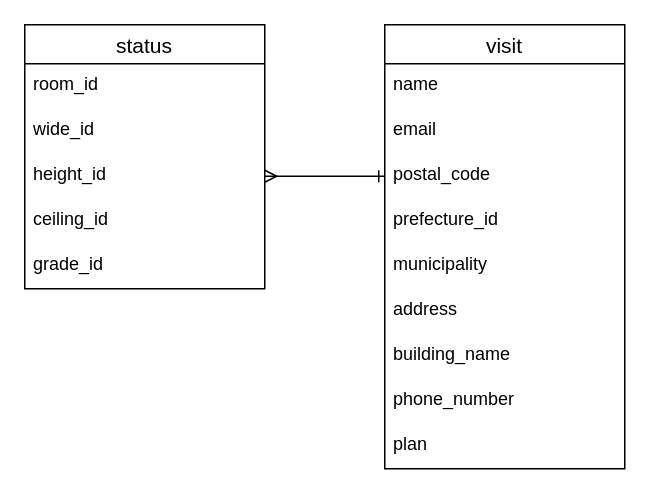
Earlier version of the draw.io diagram DB_ER.dio (hand6763/wallpaper-renovate-29). Source tidied: cells renumbered, new cells numbered last; positions are measured from the earlier drawing's top-left corner, leaving out a move shared by most shapes. Both pictures are drawn from the tidied source at 150%, with x=0, y=0 at pixel (24, 24).
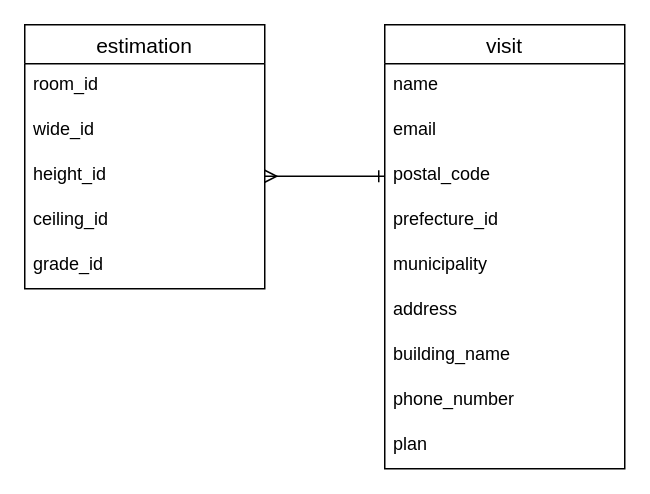
The same diagram, later.

The edit, as a diff of the source:
```diff
@@
 <mxGraphModel>
   <root>
     <mxCell id="0" />
     <mxCell id="1" parent="0" />
     <mxCell id="2" value="visit" style="swimlane;fontStyle=0;horizontal=1;startSize=26;align=center;fontSize=14;" parent="1" vertex="1">
       <mxGeometry x="240" width="160" height="296" as="geometry" />
     </mxCell>
     <mxCell id="3" value="name" style="text;strokeColor=none;fillColor=none;spacingLeft=4;spacingRight=4;overflow=hidden;fontSize=12;" parent="2" vertex="1">
       <mxGeometry y="26" width="160" height="30" as="geometry" />
     </mxCell>
     <mxCell id="4" value="email" style="text;strokeColor=none;fillColor=none;spacingLeft=4;spacingRight=4;overflow=hidden;fontSize=12;" parent="2" vertex="1">
       <mxGeometry y="56" width="160" height="30" as="geometry" />
     </mxCell>
     <mxCell id="5" value="postal_code" style="text;strokeColor=none;fillColor=none;spacingLeft=4;spacingRight=4;overflow=hidden;points=[[0,0.5],[1,0.5]];portConstraint=eastwest;fontSize=12;" parent="2" vertex="1">
       <mxGeometry y="86" width="160" height="30" as="geometry" />
     </mxCell>
     <mxCell id="6" value="prefecture_id" style="text;strokeColor=none;fillColor=none;spacingLeft=4;spacingRight=4;overflow=hidden;fontSize=12;" parent="2" vertex="1">
       <mxGeometry y="116" width="160" height="30" as="geometry" />
     </mxCell>
     <mxCell id="7" value="municipality" style="text;strokeColor=none;fillColor=none;spacingLeft=4;spacingRight=4;overflow=hidden;fontSize=12;" parent="2" vertex="1">
       <mxGeometry y="146" width="160" height="30" as="geometry" />
     </mxCell>
     <mxCell id="8" value="address" style="text;strokeColor=none;fillColor=none;spacingLeft=4;spacingRight=4;overflow=hidden;fontSize=12;" parent="2" vertex="1">
       <mxGeometry y="176" width="160" height="30" as="geometry" />
     </mxCell>
     <mxCell id="9" value="building_name" style="text;strokeColor=none;fillColor=none;spacingLeft=4;spacingRight=4;overflow=hidden;fontSize=12;" parent="2" vertex="1">
       <mxGeometry y="206" width="160" height="30" as="geometry" />
     </mxCell>
     <mxCell id="10" value="phone_number" style="text;strokeColor=none;fillColor=none;spacingLeft=4;spacingRight=4;overflow=hidden;fontSize=12;" parent="2" vertex="1">
       <mxGeometry y="236" width="160" height="30" as="geometry" />
     </mxCell>
     <mxCell id="11" value="plan" style="text;strokeColor=none;fillColor=none;spacingLeft=4;spacingRight=4;overflow=hidden;fontSize=12;" parent="2" vertex="1">
       <mxGeometry y="266" width="160" height="30" as="geometry" />
     </mxCell>
-    <mxCell id="12" value="status" style="swimlane;fontStyle=0;horizontal=1;startSize=26;align=center;fontSize=14;" parent="1" vertex="1">
+    <mxCell id="12" value="estimation" style="swimlane;fontStyle=0;horizontal=1;startSize=26;align=center;fontSize=14;" parent="1" vertex="1">
       <mxGeometry width="160" height="176" as="geometry" />
     </mxCell>
     <mxCell id="13" value="room_id" style="text;strokeColor=none;fillColor=none;spacingLeft=4;spacingRight=4;overflow=hidden;fontSize=12;" parent="12" vertex="1">
       <mxGeometry y="26" width="160" height="30" as="geometry" />
     </mxCell>
     <mxCell id="14" value="wide_id" style="text;strokeColor=none;fillColor=none;spacingLeft=4;spacingRight=4;overflow=hidden;fontSize=12;" parent="12" vertex="1">
       <mxGeometry y="56" width="160" height="30" as="geometry" />
     </mxCell>
     <mxCell id="15" value="height_id" style="text;strokeColor=none;fillColor=none;spacingLeft=4;spacingRight=4;overflow=hidden;points=[[0,0.5],[1,0.5]];portConstraint=eastwest;fontSize=12;" parent="12" vertex="1">
       <mxGeometry y="86" width="160" height="30" as="geometry" />
     </mxCell>
     <mxCell id="16" value="ceiling_id" style="text;strokeColor=none;fillColor=none;spacingLeft=4;spacingRight=4;overflow=hidden;fontSize=12;" parent="12" vertex="1">
       <mxGeometry y="116" width="160" height="30" as="geometry" />
     </mxCell>
     <mxCell id="17" value="grade_id" style="text;strokeColor=none;fillColor=none;spacingLeft=4;spacingRight=4;overflow=hidden;fontSize=12;" parent="12" vertex="1">
       <mxGeometry y="146" width="160" height="30" as="geometry" />
     </mxCell>
     <mxCell id="18" style="edgeStyle=none;rounded=0;jettySize=auto;html=1;exitX=1;exitY=0.5;exitDx=0;exitDy=0;entryX=0;entryY=0.5;entryDx=0;entryDy=0;endArrow=ERone;endFill=0;startArrow=ERmany;startFill=0;" parent="1" edge="1" source="15" target="5">
       <mxGeometry relative="1" as="geometry" />
     </mxCell>
   </root>
 </mxGraphModel>
```
